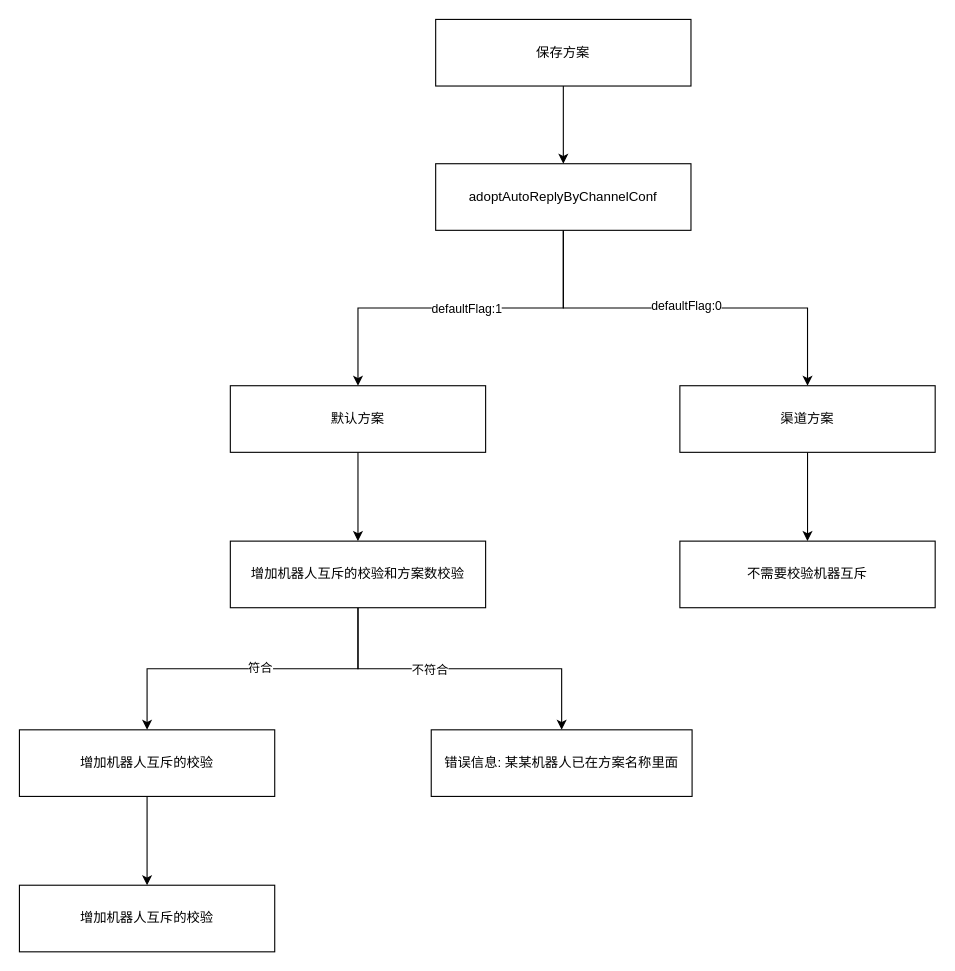
1819011603/- keeps this draw.io diagram as 好友回复方案.drawio. Above is the earlier version. Source tidied: cells renumbered, new cells numbered last; positions are measured from the earlier drawing's top-left corner, leaving out a move shared by most shapes. Both pictures are drawn from the tidied source at 111%, with x=0, y=0 at pixel (19, 19).
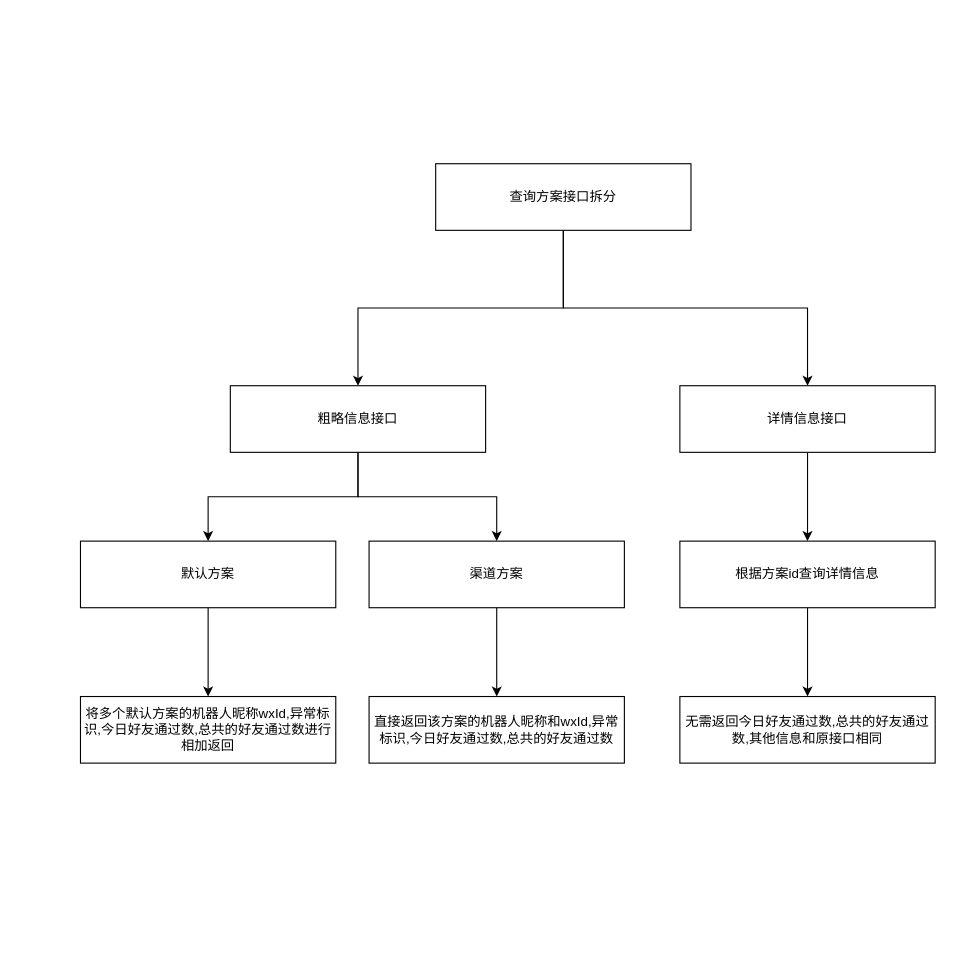
The same page after the edit.

Commit message (it also covers changes not shown here):
更新好友回复方案.drawio

Unchanged cells that the change refers to:
```xml
<mxCell id="2" style="edgeStyle=orthogonalEdgeStyle;rounded=0;jettySize=auto;html=1;" parent="1" edge="1" source="6" target="10">
  <mxGeometry relative="1" as="geometry" />
</mxCell>
<mxCell id="4" style="edgeStyle=orthogonalEdgeStyle;rounded=0;jettySize=auto;html=1;" parent="1" edge="1" source="6" target="12">
  <mxGeometry relative="1" as="geometry" />
</mxCell>
<mxCell id="15" style="edgeStyle=orthogonalEdgeStyle;rounded=0;jettySize=auto;html=1;" parent="1" edge="1" source="17" target="20">
  <mxGeometry relative="1" as="geometry" />
</mxCell>
```

The edit, as a diff of the source:
```diff
@@
-    <mxCell id="3" value="defaultFlag:1" style="edgeLabel;html=1;align=center;verticalAlign=middle;" parent="2" vertex="1">
-      <mxGeometry x="-0.03" relative="1" as="geometry" />
-    </mxCell>
@@
-    <mxCell id="5" value="defaultFlag:0" style="edgeLabel;html=1;align=center;verticalAlign=middle;" parent="4" vertex="1">
-      <mxGeometry y="3" relative="1" as="geometry" />
-    </mxCell>
-    <mxCell id="6" value="adoptAutoReplyByChannelConf" style="rounded=0;whiteSpace=wrap;html=1;" parent="1" vertex="1">
+    <mxCell id="6" value="查询方案接口拆分" style="rounded=0;whiteSpace=wrap;html=1;" parent="1" vertex="1">
       <mxGeometry x="375" y="130" width="230" height="60" as="geometry" />
     </mxCell>
-    <mxCell id="7" style="edgeStyle=orthogonalEdgeStyle;rounded=0;jettySize=auto;html=1;" parent="1" edge="1" source="8" target="6">
-      <mxGeometry relative="1" as="geometry" />
-    </mxCell>
-    <mxCell id="8" value="保存方案" style="rounded=0;whiteSpace=wrap;html=1;" parent="1" vertex="1">
-      <mxGeometry x="375" width="230" height="60" as="geometry" />
-    </mxCell>
     <mxCell id="9" style="edgeStyle=orthogonalEdgeStyle;rounded=0;jettySize=auto;html=1;" parent="1" edge="1" source="10" target="17">
-      <mxGeometry relative="1" as="geometry" />
+      <mxGeometry relative="1" as="geometry">
+        <Array as="points">
+          <mxPoint x="305" y="430" />
+          <mxPoint x="170" y="430" />
+        </Array>
+      </mxGeometry>
     </mxCell>
+    <mxCell id="23" style="edgeStyle=orthogonalEdgeStyle;rounded=0;jettySize=auto;html=1;" parent="1" edge="1" source="10" target="26">
+      <mxGeometry relative="1" as="geometry" />
+    </mxCell>
-    <mxCell id="10" value="默认方案" style="rounded=0;whiteSpace=wrap;html=1;" parent="1" vertex="1">
+    <mxCell id="10" value="粗略信息接口" style="rounded=0;whiteSpace=wrap;html=1;" parent="1" vertex="1">
       <mxGeometry x="190" y="330" width="230" height="60" as="geometry" />
     </mxCell>
@@
-    <mxCell id="12" value="渠道方案" style="rounded=0;whiteSpace=wrap;html=1;" parent="1" vertex="1">
+    <mxCell id="12" value="详情信息接口" style="rounded=0;whiteSpace=wrap;html=1;" parent="1" vertex="1">
       <mxGeometry x="595" y="330" width="230" height="60" as="geometry" />
     </mxCell>
-    <mxCell id="13" style="edgeStyle=orthogonalEdgeStyle;rounded=0;jettySize=auto;html=1;" parent="1" edge="1" source="17" target="18">
-      <mxGeometry relative="1" as="geometry" />
-    </mxCell>
-    <mxCell id="14" value="不符合" style="edgeLabel;html=1;align=center;verticalAlign=middle;" parent="13" vertex="1">
-      <mxGeometry x="-0.19" relative="1" as="geometry" />
-    </mxCell>
@@
-    <mxCell id="16" value="符合" style="edgeLabel;html=1;align=center;verticalAlign=middle;" parent="15" vertex="1">
-      <mxGeometry x="-0.04" y="-2" relative="1" as="geometry" />
-    </mxCell>
-    <mxCell id="17" value="增加机器人互斥的校验和方案数校验" style="rounded=0;whiteSpace=wrap;html=1;" parent="1" vertex="1">
-      <mxGeometry x="190" y="470" width="230" height="60" as="geometry" />
+    <mxCell id="17" value="默认方案" style="rounded=0;whiteSpace=wrap;html=1;" parent="1" vertex="1">
+      <mxGeometry x="55" y="470" width="230" height="60" as="geometry" />
     </mxCell>
-    <mxCell id="18" value="错误信息: 某某机器人已在方案名称里面" style="whiteSpace=wrap;html=1;rounded=0;" parent="1" vertex="1">
-      <mxGeometry x="371" y="640" width="235" height="60" as="geometry" />
-    </mxCell>
-    <mxCell id="19" style="edgeStyle=orthogonalEdgeStyle;rounded=0;jettySize=auto;html=1;" parent="1" edge="1" source="20" target="21">
-      <mxGeometry relative="1" as="geometry" />
-    </mxCell>
-    <mxCell id="20" value="增加机器人互斥的校验" style="rounded=0;whiteSpace=wrap;html=1;" parent="1" vertex="1">
-      <mxGeometry y="640" width="230" height="60" as="geometry" />
+    <mxCell id="20" value="将多个默认方案的机器人昵称wxId,异常标识,今日好友通过数,总共的好友通过数进行相加返回" style="rounded=0;whiteSpace=wrap;html=1;" parent="1" vertex="1">
+      <mxGeometry x="55" y="610" width="230" height="60" as="geometry" />
     </mxCell>
-    <mxCell id="21" value="增加机器人互斥的校验" style="rounded=0;whiteSpace=wrap;html=1;" parent="1" vertex="1">
-      <mxGeometry y="780" width="230" height="60" as="geometry" />
-    </mxCell>
+    <mxCell id="24" style="edgeStyle=orthogonalEdgeStyle;rounded=0;jettySize=auto;html=1;" parent="1" edge="1" source="22" target="28">
+      <mxGeometry relative="1" as="geometry" />
+    </mxCell>
-    <mxCell id="22" value="不需要校验机器互斥" style="rounded=0;whiteSpace=wrap;html=1;" parent="1" vertex="1">
+    <mxCell id="22" value="根据方案id查询详情信息" style="rounded=0;whiteSpace=wrap;html=1;" parent="1" vertex="1">
       <mxGeometry x="595" y="470" width="230" height="60" as="geometry" />
     </mxCell>
+    <mxCell id="25" style="edgeStyle=orthogonalEdgeStyle;rounded=0;jettySize=auto;html=1;" parent="1" edge="1" source="26" target="27">
+      <mxGeometry relative="1" as="geometry" />
+    </mxCell>
+    <mxCell id="26" value="渠道方案" style="rounded=0;whiteSpace=wrap;html=1;" parent="1" vertex="1">
+      <mxGeometry x="315" y="470" width="230" height="60" as="geometry" />
+    </mxCell>
+    <mxCell id="27" value="直接返回该方案的机器人昵称和wxId,异常标识,今日好友通过数,总共的好友通过数" style="rounded=0;whiteSpace=wrap;html=1;" parent="1" vertex="1">
+      <mxGeometry x="315" y="610" width="230" height="60" as="geometry" />
+    </mxCell>
+    <mxCell id="28" value="无需返回今日好友通过数,总共的好友通过数,其他信息和原接口相同" style="rounded=0;whiteSpace=wrap;html=1;" parent="1" vertex="1">
+      <mxGeometry x="595" y="610" width="230" height="60" as="geometry" />
+    </mxCell>
```
